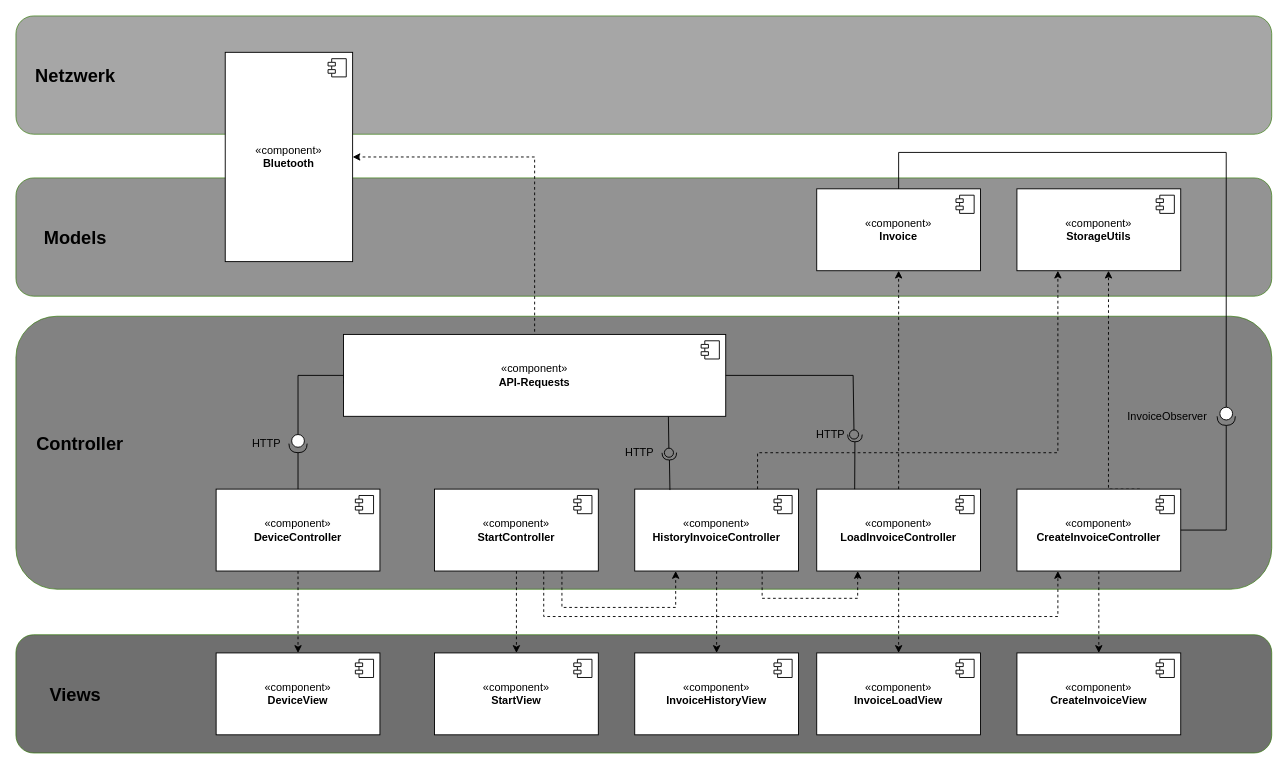
RichardZeitler/SharedBill keeps this draw.io diagram as Dokumentation/Komponentendiagramm.drawio. Above is the earlier version. Source tidied: cells renumbered, new cells numbered last; positions are measured from the earlier drawing's top-left corner, leaving out a move shared by most shapes. Both pictures are drawn from the tidied source at 91%, with x=0, y=0 at pixel (15, 15).
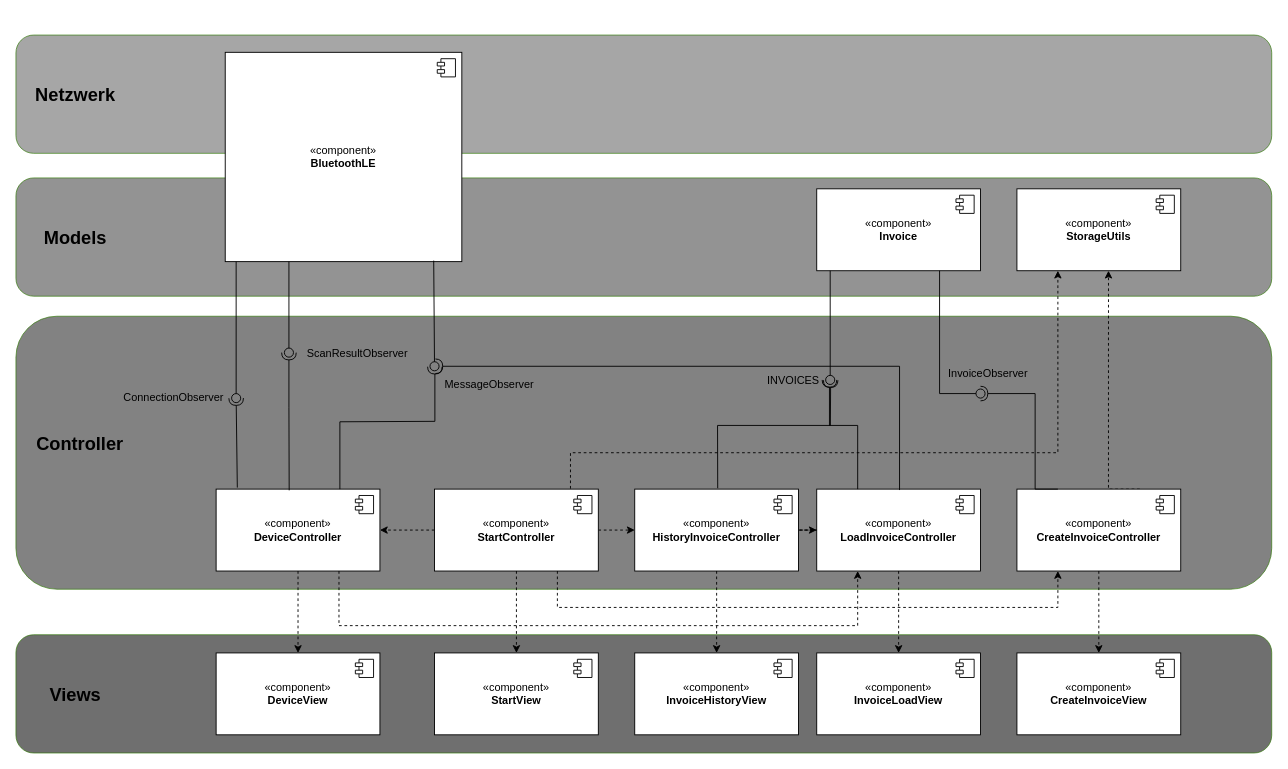
The same page after the edit.

The change refers to these unchanged cells:
```xml
<mxCell id="5" style="rounded=1;whiteSpace=wrap;html=1;fillColor=#4D4D4D;fontColor=#ffffff;strokeColor=#2D7600;opacity=70;" parent="1" vertex="1">
  <mxGeometry y="330" width="1380" height="300" as="geometry" />
</mxCell>
<mxCell id="6" value="«component»&lt;div&gt;&lt;b&gt;Invoice&lt;/b&gt;&lt;/div&gt;" style="html=1;whiteSpace=wrap;" parent="1" vertex="1">
  <mxGeometry x="880" y="190" width="180" height="90" as="geometry" />
</mxCell>
<mxCell id="11" value="«component»&lt;br&gt;&lt;b&gt;StartController&lt;/b&gt;" style="html=1;whiteSpace=wrap;" parent="1" vertex="1">
  <mxGeometry x="460" y="520" width="180" height="90" as="geometry" />
</mxCell>
<mxCell id="21" value="«component»&lt;br&gt;&lt;b&gt;StorageUtils&lt;/b&gt;" style="html=1;whiteSpace=wrap;" parent="1" vertex="1">
  <mxGeometry x="1100" y="190" width="180" height="90" as="geometry" />
</mxCell>
<mxCell id="28" value="«component»&lt;br&gt;&lt;b&gt;LoadInvoiceController&lt;/b&gt;" style="html=1;whiteSpace=wrap;" parent="1" vertex="1">
  <mxGeometry x="880" y="520" width="180" height="90" as="geometry" />
</mxCell>
<mxCell id="38" value="«component»&lt;br&gt;&lt;b&gt;HistoryInvoiceController&lt;/b&gt;" style="html=1;whiteSpace=wrap;" parent="1" vertex="1">
  <mxGeometry x="680" y="520" width="180" height="90" as="geometry" />
</mxCell>
<mxCell id="42" value="«component»&lt;br&gt;&lt;b&gt;CreateInvoiceController&lt;/b&gt;" style="html=1;whiteSpace=wrap;" parent="1" vertex="1">
  <mxGeometry x="1100" y="520" width="180" height="90" as="geometry" />
</mxCell>
<mxCell id="50" value="«component»&lt;br&gt;&lt;b&gt;DeviceController&lt;/b&gt;" style="html=1;whiteSpace=wrap;" parent="1" vertex="1">
  <mxGeometry x="220" y="520" width="180" height="90" as="geometry" />
</mxCell>
```

The edit, as a diff of the source:
```diff
@@
     <mxCell id="3" style="rounded=1;whiteSpace=wrap;html=1;fillColor=#808080;fontColor=#ffffff;strokeColor=#2D7600;opacity=70;" parent="1" vertex="1">
-      <mxGeometry width="1380" height="130" as="geometry" />
+      <mxGeometry y="21" width="1380" height="130" as="geometry" />
     </mxCell>
@@
-    <mxCell id="9" style="edgeStyle=orthogonalEdgeStyle;rounded=0;jettySize=auto;html=1;entryX=0.25;entryY=1;entryDx=0;entryDy=0;dashed=1;" parent="1" edge="1" source="11" target="38">
-      <mxGeometry relative="1" as="geometry">
-        <Array as="points">
-          <mxPoint x="600" y="650" />
-          <mxPoint x="725" y="650" />
-        </Array>
-      </mxGeometry>
+    <mxCell id="9" style="edgeStyle=orthogonalEdgeStyle;rounded=0;jettySize=auto;html=1;entryX=0;entryY=0.5;entryDx=0;entryDy=0;dashed=1;" parent="1" edge="1" source="11" target="38">
+      <mxGeometry relative="1" as="geometry" />
     </mxCell>
-    <mxCell id="10" style="edgeStyle=orthogonalEdgeStyle;rounded=0;jettySize=auto;html=1;dashed=1;" parent="1" edge="1" source="11" target="42">
+    <mxCell id="10" style="edgeStyle=orthogonalEdgeStyle;rounded=0;jettySize=auto;html=1;exitX=0.75;exitY=1;exitDx=0;exitDy=0;entryX=0.25;entryY=1;entryDx=0;entryDy=0;dashed=1;" parent="1" edge="1" source="11" target="42">
       <mxGeometry relative="1" as="geometry">
         <Array as="points">
-          <mxPoint x="580" y="660" />
-          <mxPoint x="1145" y="660" />
+          <mxPoint x="595" y="650" />
+          <mxPoint x="1145" y="650" />
         </Array>
       </mxGeometry>
     </mxCell>
+    <mxCell id="67" style="edgeStyle=orthogonalEdgeStyle;rounded=0;jettySize=auto;html=1;strokeColor=none;dashed=1;" parent="1" edge="1" source="11" target="50">
+      <mxGeometry relative="1" as="geometry" />
+    </mxCell>
+    <mxCell id="68" style="edgeStyle=orthogonalEdgeStyle;rounded=0;jettySize=auto;html=1;dashed=1;" parent="1" edge="1" source="11" target="50">
+      <mxGeometry relative="1" as="geometry" />
+    </mxCell>
@@
-    <mxCell id="27" style="edgeStyle=orthogonalEdgeStyle;rounded=0;jettySize=auto;html=1;dashed=1;" parent="1" edge="1" source="28" target="6">
-      <mxGeometry relative="1" as="geometry" />
-    </mxCell>
@@
     <mxCell id="31" value="&lt;font style=&quot;font-size: 20px;&quot;&gt;&lt;b&gt;Netzwerk&lt;/b&gt;&lt;/font&gt;" style="text;html=1;align=center;verticalAlign=middle;strokeColor=none;fillColor=none;" parent="1" vertex="1">
-      <mxGeometry x="10" y="45" width="110" height="40" as="geometry" />
+      <mxGeometry x="10" y="66" width="110" height="40" as="geometry" />
     </mxCell>
@@
+    <mxCell id="37" style="edgeStyle=orthogonalEdgeStyle;rounded=0;jettySize=auto;html=1;exitX=0.83;exitY=-0.006;exitDx=0;exitDy=0;entryX=0.25;entryY=1;entryDx=0;entryDy=0;dashed=1;exitPerimeter=0;" parent="1" edge="1" source="11" target="21">
+      <mxGeometry relative="1" as="geometry">
+        <Array as="points">
+          <mxPoint x="609" y="480" />
+          <mxPoint x="1145" y="480" />
+        </Array>
+      </mxGeometry>
+    </mxCell>
-    <mxCell id="36" style="edgeStyle=orthogonalEdgeStyle;rounded=0;jettySize=auto;html=1;entryX=0.25;entryY=1;entryDx=0;entryDy=0;dashed=1;" parent="1" edge="1" source="38" target="28">
-      <mxGeometry relative="1" as="geometry">
-        <Array as="points">
-          <mxPoint x="820" y="640" />
-          <mxPoint x="925" y="640" />
-        </Array>
-      </mxGeometry>
+    <mxCell id="36" style="edgeStyle=orthogonalEdgeStyle;rounded=0;jettySize=auto;html=1;exitX=1;exitY=0.5;exitDx=0;exitDy=0;dashed=1;" parent="1" edge="1" source="38" target="28">
+      <mxGeometry relative="1" as="geometry" />
     </mxCell>
-    <mxCell id="37" style="edgeStyle=orthogonalEdgeStyle;rounded=0;jettySize=auto;html=1;exitX=0.75;exitY=0;exitDx=0;exitDy=0;entryX=0.25;entryY=1;entryDx=0;entryDy=0;dashed=1;" parent="1" edge="1" source="38" target="21">
-      <mxGeometry relative="1" as="geometry">
-        <Array as="points">
-          <mxPoint x="815" y="480" />
-          <mxPoint x="1145" y="480" />
-        </Array>
-      </mxGeometry>
-    </mxCell>
@@
-    <mxCell id="44" style="edgeStyle=orthogonalEdgeStyle;rounded=0;jettySize=auto;html=1;exitX=0;exitY=0.5;exitDx=0;exitDy=0;entryX=1;entryY=0.5;entryDx=0;entryDy=0;dashed=1;" parent="1" edge="1" source="45" target="47">
-      <mxGeometry relative="1" as="geometry">
-        <Array as="points">
-          <mxPoint x="570" y="404" />
-          <mxPoint x="570" y="155" />
-        </Array>
-      </mxGeometry>
-    </mxCell>
-    <mxCell id="45" value="«component»&lt;br&gt;&lt;b&gt;API-Requests&lt;/b&gt;" style="html=1;whiteSpace=wrap;" parent="1" vertex="1">
-      <mxGeometry x="360" y="350" width="420" height="90" as="geometry" />
-    </mxCell>
-    <mxCell id="46" style="shape=module;jettyWidth=8;jettyHeight=4;" parent="45" vertex="1">
-      <mxGeometry x="1" width="20" height="20" relative="1" as="geometry">
-        <mxPoint x="-27" y="7" as="offset" />
-      </mxGeometry>
-    </mxCell>
-    <mxCell id="47" value="«component»&lt;br&gt;&lt;b&gt;Bluetooth&lt;/b&gt;" style="html=1;whiteSpace=wrap;" parent="1" vertex="1">
-      <mxGeometry x="230" y="40" width="140" height="230" as="geometry" />
+    <mxCell id="47" value="«component»&lt;br&gt;&lt;b&gt;BluetoothLE&lt;/b&gt;" style="html=1;whiteSpace=wrap;" parent="1" vertex="1">
+      <mxGeometry x="230" y="40" width="260" height="230" as="geometry" />
     </mxCell>
@@
+    <mxCell id="69" style="edgeStyle=orthogonalEdgeStyle;rounded=0;jettySize=auto;html=1;exitX=0.75;exitY=1;exitDx=0;exitDy=0;entryX=0.25;entryY=1;entryDx=0;entryDy=0;dashed=1;" parent="1" edge="1" source="50" target="28">
+      <mxGeometry relative="1" as="geometry">
+        <Array as="points">
+          <mxPoint x="355" y="670" />
+          <mxPoint x="925" y="670" />
+        </Array>
+      </mxGeometry>
+    </mxCell>
@@
-    <mxCell id="52" style="edgeStyle=orthogonalEdgeStyle;rounded=0;jettySize=auto;html=1;entryX=0;entryY=0.5;entryDx=0;entryDy=0;endArrow=none;endFill=0;" parent="1" edge="1" source="54" target="45">
-      <mxGeometry relative="1" as="geometry">
-        <Array as="points">
-          <mxPoint x="310" y="395" />
-        </Array>
-      </mxGeometry>
-    </mxCell>
-    <mxCell id="53" style="edgeStyle=orthogonalEdgeStyle;rounded=0;jettySize=auto;html=1;endArrow=none;endFill=0;" parent="1" edge="1" source="54" target="50">
-      <mxGeometry relative="1" as="geometry" />
-    </mxCell>
-    <mxCell id="54" style="shape=providedRequiredInterface;html=1;verticalLabelPosition=bottom;sketch=0;direction=south;" parent="1" vertex="1">
-      <mxGeometry x="300" y="460" width="20" height="20" as="geometry" />
-    </mxCell>
-    <mxCell id="55" value="HTTP" style="text;html=1;align=center;verticalAlign=middle;strokeColor=none;fillColor=none;" parent="1" vertex="1">
-      <mxGeometry x="250" y="455" width="50" height="30" as="geometry" />
-    </mxCell>
-    <mxCell id="56" style="rounded=0;orthogonalLoop=1;jettySize=auto;html=1;endArrow=halfCircle;endFill=0;endSize=6;strokeWidth=1;sketch=0;exitX=0.226;exitY=0.011;exitDx=0;exitDy=0;exitPerimeter=0;" parent="1" edge="1">
-      <mxGeometry relative="1" as="geometry">
-        <mxPoint x="718.7" y="521" as="sourcePoint" />
-        <mxPoint x="718" y="480" as="targetPoint" />
-      </mxGeometry>
-    </mxCell>
-    <mxCell id="57" style="rounded=0;jettySize=auto;html=1;endArrow=oval;endFill=0;sketch=0;sourcePerimeterSpacing=0;targetPerimeterSpacing=0;endSize=10;exitX=0.85;exitY=1.006;exitDx=0;exitDy=0;exitPerimeter=0;entryX=0.52;entryY=0.5;entryDx=0;entryDy=0;entryPerimeter=0;" parent="1" edge="1" source="45" target="5">
-      <mxGeometry relative="1" as="geometry" />
-    </mxCell>
-    <mxCell id="58" style="ellipse;whiteSpace=wrap;html=1;align=center;fillColor=none;strokeColor=none;perimeter=centerPerimeter;" parent="1" vertex="1">
-      <mxGeometry x="725" y="480" width="10" height="10" as="geometry" />
-    </mxCell>
-    <mxCell id="59" value="HTTP" style="text;html=1;align=center;verticalAlign=middle;strokeColor=none;fillColor=none;" parent="1" vertex="1">
-      <mxGeometry x="660" y="465" width="50" height="30" as="geometry" />
-    </mxCell>
-    <mxCell id="60" style="rounded=0;orthogonalLoop=1;jettySize=auto;html=1;endArrow=halfCircle;endFill=0;endSize=6;strokeWidth=1;sketch=0;exitX=0.226;exitY=0.011;exitDx=0;exitDy=0;exitPerimeter=0;" parent="1" edge="1">
-      <mxGeometry relative="1" as="geometry">
-        <mxPoint x="921.7" y="520" as="sourcePoint" />
-        <mxPoint x="922" y="460" as="targetPoint" />
-      </mxGeometry>
-    </mxCell>
-    <mxCell id="61" style="rounded=0;jettySize=auto;html=1;endArrow=oval;endFill=0;sketch=0;sourcePerimeterSpacing=0;targetPerimeterSpacing=0;endSize=10;exitX=1;exitY=0.5;exitDx=0;exitDy=0;" parent="1" edge="1" source="45">
-      <mxGeometry relative="1" as="geometry">
-        <mxPoint x="921" y="460" as="targetPoint" />
-        <Array as="points">
-          <mxPoint x="920" y="395" />
-        </Array>
-      </mxGeometry>
-    </mxCell>
-    <mxCell id="62" value="HTTP" style="text;html=1;align=center;verticalAlign=middle;strokeColor=none;fillColor=none;" parent="1" vertex="1">
-      <mxGeometry x="870" y="445" width="50" height="30" as="geometry" />
-    </mxCell>
-    <mxCell id="63" style="edgeStyle=orthogonalEdgeStyle;rounded=0;jettySize=auto;html=1;entryX=0.5;entryY=0;entryDx=0;entryDy=0;endArrow=none;endFill=0;" parent="1" edge="1" source="65" target="6">
-      <mxGeometry relative="1" as="geometry">
-        <Array as="points">
-          <mxPoint x="1330" y="150" />
-          <mxPoint x="970" y="150" />
-        </Array>
-      </mxGeometry>
-    </mxCell>
-    <mxCell id="64" style="edgeStyle=orthogonalEdgeStyle;rounded=0;jettySize=auto;html=1;entryX=1;entryY=0.5;entryDx=0;entryDy=0;endArrow=none;endFill=0;" parent="1" edge="1" source="65" target="42">
-      <mxGeometry relative="1" as="geometry">
-        <Array as="points">
-          <mxPoint x="1330" y="565" />
-        </Array>
-      </mxGeometry>
-    </mxCell>
-    <mxCell id="65" style="shape=providedRequiredInterface;html=1;verticalLabelPosition=bottom;sketch=0;direction=south;" parent="1" vertex="1">
-      <mxGeometry x="1320" y="430" width="20" height="20" as="geometry" />
-    </mxCell>
+    <mxCell id="70" style="rounded=0;orthogonalLoop=1;jettySize=auto;html=1;endArrow=halfCircle;endFill=0;endSize=6;strokeWidth=1;sketch=0;exitX=0.424;exitY=-0.019;exitDx=0;exitDy=0;exitPerimeter=0;" parent="1" edge="1">
+      <mxGeometry relative="1" as="geometry">
+        <mxPoint x="243.3" y="518.3" as="sourcePoint" />
+        <mxPoint x="242" y="420" as="targetPoint" />
+      </mxGeometry>
+    </mxCell>
+    <mxCell id="71" style="rounded=0;orthogonalLoop=1;jettySize=auto;html=1;endArrow=oval;endFill=0;sketch=0;sourcePerimeterSpacing=0;targetPerimeterSpacing=0;endSize=10;exitX=0.25;exitY=1;exitDx=0;exitDy=0;" parent="1" edge="1">
+      <mxGeometry relative="1" as="geometry">
+        <mxPoint x="242" y="270" as="sourcePoint" />
+        <mxPoint x="242" y="420" as="targetPoint" />
+      </mxGeometry>
+    </mxCell>
+    <mxCell id="72" style="ellipse;whiteSpace=wrap;html=1;align=center;fillColor=none;strokeColor=none;perimeter=centerPerimeter;" parent="1" vertex="1">
+      <mxGeometry x="385" y="400" width="10" height="10" as="geometry" />
+    </mxCell>
+    <mxCell id="73" value="ConnectionObserver" style="text;html=1;align=center;verticalAlign=middle;strokeColor=none;fillColor=none;" parent="1" vertex="1">
+      <mxGeometry x="108" y="405" width="130" height="30" as="geometry" />
+    </mxCell>
+    <mxCell id="74" style="rounded=0;jettySize=auto;html=1;endArrow=halfCircle;endFill=0;endSize=6;strokeWidth=1;sketch=0;exitX=0.25;exitY=0;exitDx=0;exitDy=0;" parent="1" edge="1" source="28">
+      <mxGeometry relative="1" as="geometry">
+        <mxPoint x="894" y="400" as="targetPoint" />
+        <Array as="points">
+          <mxPoint x="925" y="450" />
+          <mxPoint x="894" y="450" />
+        </Array>
+      </mxGeometry>
+    </mxCell>
+    <mxCell id="75" style="rounded=0;orthogonalLoop=1;jettySize=auto;html=1;endArrow=oval;endFill=0;sketch=0;sourcePerimeterSpacing=0;targetPerimeterSpacing=0;endSize=10;" parent="1" edge="1">
+      <mxGeometry relative="1" as="geometry">
+        <mxPoint x="894.8" y="280" as="sourcePoint" />
+        <mxPoint x="894.8" y="400" as="targetPoint" />
+        <Array as="points">
+          <mxPoint x="894.8" y="343" />
+        </Array>
+      </mxGeometry>
+    </mxCell>
+    <mxCell id="76" value="INVOICES" style="text;html=1;align=center;verticalAlign=middle;strokeColor=none;fillColor=none;" parent="1" vertex="1">
+      <mxGeometry x="814" y="385.5" width="80" height="30" as="geometry" />
+    </mxCell>
+    <mxCell id="77" style="rounded=0;orthogonalLoop=1;jettySize=auto;html=1;endArrow=halfCircle;endFill=0;endSize=6;strokeWidth=1;sketch=0;exitX=0.5;exitY=0;exitDx=0;exitDy=0;entryX=1.004;entryY=0.494;entryDx=0;entryDy=0;entryPerimeter=0;" parent="1" edge="1">
+      <mxGeometry relative="1" as="geometry">
+        <mxPoint x="771.2" y="519" as="sourcePoint" />
+        <mxPoint x="895.3" y="400.3" as="targetPoint" />
+        <Array as="points">
+          <mxPoint x="771" y="450" />
+          <mxPoint x="895" y="450" />
+        </Array>
+      </mxGeometry>
+    </mxCell>
+    <mxCell id="78" style="rounded=0;orthogonalLoop=1;jettySize=auto;html=1;endArrow=halfCircle;endFill=0;endSize=6;strokeWidth=1;sketch=0;" parent="1" edge="1">
+      <mxGeometry relative="1" as="geometry">
+        <mxPoint x="971" y="521" as="sourcePoint" />
+        <mxPoint x="461" y="385" as="targetPoint" />
+        <Array as="points">
+          <mxPoint x="971" y="385" />
+        </Array>
+      </mxGeometry>
+    </mxCell>
+    <mxCell id="79" style="rounded=0;orthogonalLoop=1;jettySize=auto;html=1;endArrow=oval;endFill=0;sketch=0;sourcePerimeterSpacing=0;targetPerimeterSpacing=0;endSize=10;exitX=0.485;exitY=0.991;exitDx=0;exitDy=0;exitPerimeter=0;" parent="1" edge="1">
+      <mxGeometry relative="1" as="geometry">
+        <mxPoint x="459.1" y="268.9" as="sourcePoint" />
+        <mxPoint x="460" y="385" as="targetPoint" />
+      </mxGeometry>
+    </mxCell>
+    <mxCell id="80" value="MessageObserver" style="text;html=1;align=center;verticalAlign=middle;strokeColor=none;fillColor=none;" parent="1" vertex="1">
+      <mxGeometry x="460" y="390" width="120" height="30" as="geometry" />
+    </mxCell>
+    <mxCell id="81" style="rounded=0;orthogonalLoop=1;jettySize=auto;html=1;endArrow=oval;endFill=0;sketch=0;sourcePerimeterSpacing=0;targetPerimeterSpacing=0;endSize=10;exitX=0.25;exitY=1;exitDx=0;exitDy=0;" parent="1" edge="1">
+      <mxGeometry relative="1" as="geometry">
+        <mxPoint x="300" y="270" as="sourcePoint" />
+        <mxPoint x="300" y="370" as="targetPoint" />
+      </mxGeometry>
+    </mxCell>
+    <mxCell id="82" value="ScanResultObserver" style="text;html=1;align=center;verticalAlign=middle;strokeColor=none;fillColor=none;" parent="1" vertex="1">
+      <mxGeometry x="310" y="355.5" width="130" height="30" as="geometry" />
+    </mxCell>
+    <mxCell id="83" style="rounded=0;jettySize=auto;html=1;endArrow=halfCircle;endFill=0;endSize=6;strokeWidth=1;sketch=0;exitX=0.446;exitY=0.015;exitDx=0;exitDy=0;exitPerimeter=0;" parent="1" edge="1" source="50">
+      <mxGeometry relative="1" as="geometry">
+        <mxPoint x="300" y="370" as="targetPoint" />
+        <Array as="points">
+          <mxPoint x="300" y="430" />
+        </Array>
+      </mxGeometry>
+    </mxCell>
+    <mxCell id="84" style="rounded=0;orthogonalLoop=1;jettySize=auto;html=1;endArrow=halfCircle;endFill=0;endSize=6;strokeWidth=1;sketch=0;exitX=0.75;exitY=0;exitDx=0;exitDy=0;" parent="1" edge="1">
+      <mxGeometry relative="1" as="geometry">
+        <mxPoint x="356" y="520" as="sourcePoint" />
+        <mxPoint x="460.4" y="385.5" as="targetPoint" />
+        <Array as="points">
+          <mxPoint x="356" y="446" />
+          <mxPoint x="460.4" y="445.5" />
+        </Array>
+      </mxGeometry>
+    </mxCell>
+    <mxCell id="85" style="rounded=0;jettySize=auto;html=1;endArrow=halfCircle;endFill=0;endSize=6;strokeWidth=1;sketch=0;exitX=0.25;exitY=0;exitDx=0;exitDy=0;" parent="1" edge="1" source="42" target="87">
+      <mxGeometry relative="1" as="geometry">
+        <Array as="points">
+          <mxPoint x="1120" y="520" />
+          <mxPoint x="1120" y="415" />
+        </Array>
+      </mxGeometry>
+    </mxCell>
+    <mxCell id="86" style="rounded=0;jettySize=auto;html=1;endArrow=oval;endFill=0;sketch=0;sourcePerimeterSpacing=0;targetPerimeterSpacing=0;endSize=10;exitX=0.75;exitY=1;exitDx=0;exitDy=0;" parent="1" edge="1" source="6" target="87">
+      <mxGeometry relative="1" as="geometry">
+        <Array as="points">
+          <mxPoint x="1015" y="415" />
+        </Array>
+      </mxGeometry>
+    </mxCell>
+    <mxCell id="87" style="ellipse;whiteSpace=wrap;html=1;align=center;fillColor=none;strokeColor=none;perimeter=centerPerimeter;points=[];outlineConnect=1;" parent="1" vertex="1">
+      <mxGeometry x="1055" y="410" width="10" height="10" as="geometry" />
+    </mxCell>
     <mxCell id="66" value="InvoiceObserver" style="text;html=1;align=center;verticalAlign=middle;strokeColor=none;fillColor=none;" parent="1" vertex="1">
-      <mxGeometry x="1210" y="425" width="110" height="30" as="geometry" />
+      <mxGeometry x="1013" y="377.5" width="110" height="30" as="geometry" />
     </mxCell>
```
